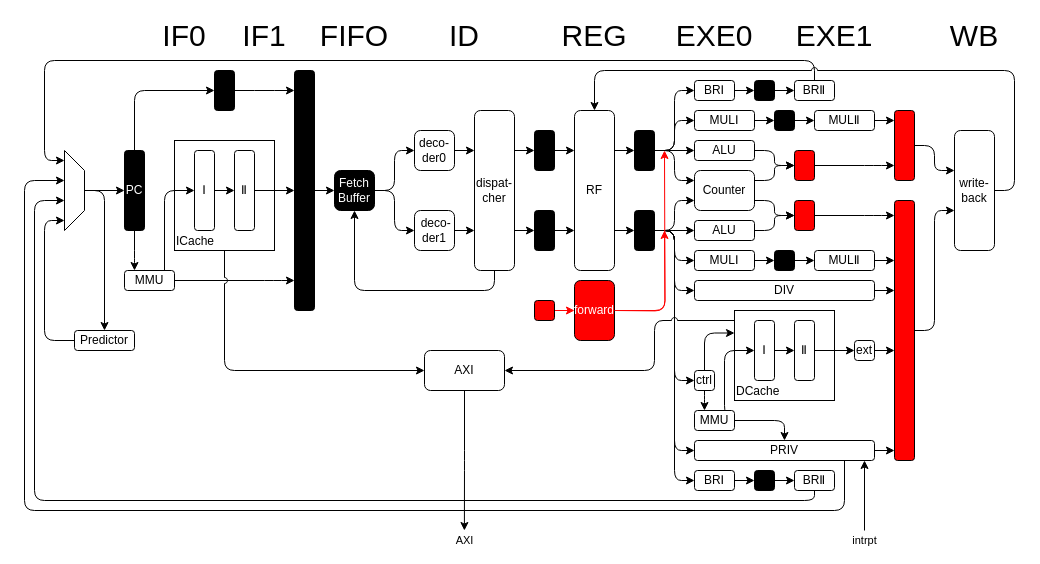
The draw.io diagram 未命名绘图4.drawio in caochenrui/Draw.io, before the edit. Source tidied: cells renumbered, new cells numbered last; positions are measured from the earlier drawing's top-left corner, leaving out a move shared by most shapes. Both pictures are drawn from the tidied source at 100%, with x=0, y=0 at pixel (24, 20).
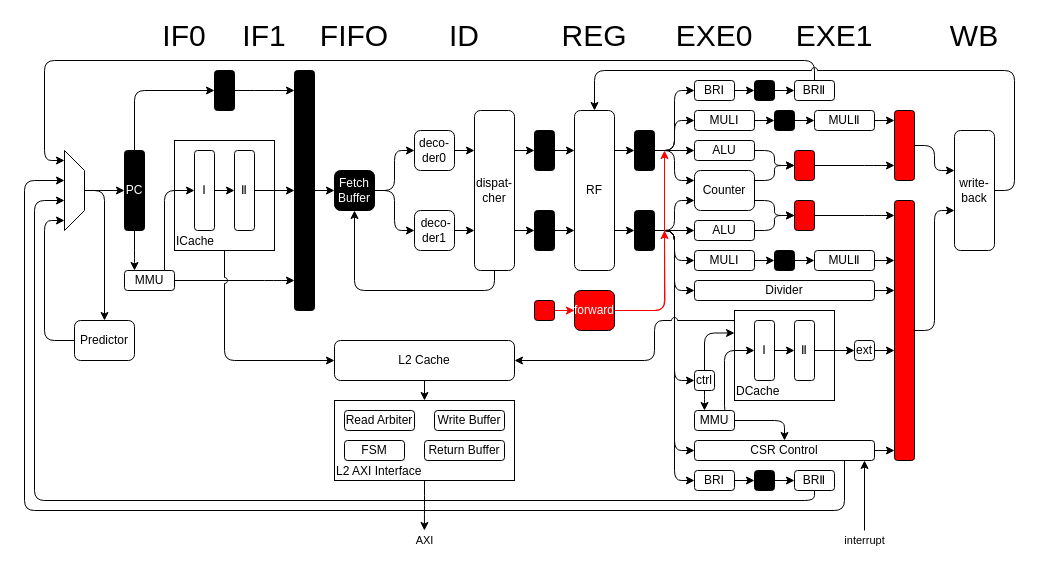
The same page after the edit.

Commit message:
更新未命名绘图4.drawio

The change refers to these unchanged cells:
```xml
<mxCell id="78" value="DCache" style="rounded=0;whiteSpace=wrap;html=1;labelPosition=center;verticalLabelPosition=middle;align=left;verticalAlign=bottom;fillColor=none;glass=0;" parent="1" vertex="1">
  <mxGeometry x="710" y="290" width="100" height="90" as="geometry" />
</mxCell>
```

What changed in the source:
```diff
@@
-    <mxCell id="65" value="DIV" style="rounded=1;whiteSpace=wrap;html=1;" parent="1" vertex="1">
+    <mxCell id="65" value="Divider" style="rounded=1;whiteSpace=wrap;html=1;" parent="1" vertex="1">
       <mxGeometry x="670" y="260" width="180" height="20" as="geometry" />
     </mxCell>
@@
-    <mxCell id="68" value="PRIV" style="rounded=1;whiteSpace=wrap;html=1;" parent="1" vertex="1">
+    <mxCell id="68" value="CSR Control" style="rounded=1;whiteSpace=wrap;html=1;" parent="1" vertex="1">
       <mxGeometry x="670" y="420" width="180" height="20" as="geometry" />
     </mxCell>
@@
     <mxCell id="95" style="edgeStyle=orthogonalEdgeStyle;rounded=1;jettySize=auto;html=1;jumpStyle=arc;" parent="1" edge="1" source="78" target="119">
       <mxGeometry relative="1" as="geometry">
         <Array as="points">
           <mxPoint x="630" y="300" />
-          <mxPoint x="630" y="350" />
+          <mxPoint x="630" y="340" />
         </Array>
       </mxGeometry>
     </mxCell>
@@
-    <mxCell id="99" value="intrpt" style="endArrow=classic;html=1;rounded=1;" parent="1" edge="1">
+    <mxCell id="99" value="interrupt" style="endArrow=classic;html=1;rounded=1;" parent="1" edge="1">
       <mxGeometry x="-1" y="-10" relative="1" as="geometry">
         <mxPoint x="840" y="510" as="sourcePoint" />
         <mxPoint x="840" y="440" as="targetPoint" />
         <mxPoint x="-10" y="10" as="offset" />
       </mxGeometry>
     </mxCell>
@@
     <mxCell id="101" value="Predictor" style="rounded=1;whiteSpace=wrap;html=1;" parent="1" vertex="1">
-      <mxGeometry x="50" y="310" width="60" height="20" as="geometry" />
+      <mxGeometry x="50" y="300" width="60" height="40" as="geometry" />
     </mxCell>
@@
     <mxCell id="115" value="forward" style="rounded=1;whiteSpace=wrap;html=1;strokeColor=#000000;fontColor=#FFFFFF;fillColor=#FF0000;" parent="1" vertex="1">
-      <mxGeometry x="550" y="260" width="40" height="60" as="geometry" />
+      <mxGeometry x="550" y="270" width="40" height="40" as="geometry" />
     </mxCell>
@@
-    <mxCell id="118" value="AXI" style="edgeStyle=orthogonalEdgeStyle;rounded=1;jettySize=auto;html=1;exitX=0.5;exitY=1;exitDx=0;exitDy=0;" parent="1" edge="1" source="119">
+    <mxCell id="118" value="AXI" style="edgeStyle=orthogonalEdgeStyle;rounded=1;jettySize=auto;html=1;exitX=0.5;exitY=1;exitDx=0;exitDy=0;" parent="1" edge="1" source="131">
       <mxGeometry x="1" y="10" relative="1" as="geometry">
-        <mxPoint x="439.9" y="510" as="targetPoint" />
+        <mxPoint x="399.9" y="510" as="targetPoint" />
         <mxPoint x="-10" y="10" as="offset" />
       </mxGeometry>
     </mxCell>
-    <mxCell id="119" value="AXI" style="rounded=1;whiteSpace=wrap;html=1;" parent="1" vertex="1">
-      <mxGeometry x="400" y="330" width="80" height="40" as="geometry" />
+    <mxCell id="119" value="L2 Cache" style="rounded=1;whiteSpace=wrap;html=1;labelPosition=center;verticalLabelPosition=middle;align=center;verticalAlign=middle;" parent="1" vertex="1">
+      <mxGeometry x="310" y="320" width="180" height="40" as="geometry" />
     </mxCell>
@@
-    <mxCell id="121" style="edgeStyle=orthogonalEdgeStyle;rounded=1;orthogonalLoop=1;jettySize=auto;html=1;strokeColor=#FF0000;jumpStyle=none;" parent="1" edge="1">
+    <mxCell id="121" style="edgeStyle=orthogonalEdgeStyle;rounded=1;jettySize=auto;html=1;strokeColor=#FF0000;jumpStyle=none;" parent="1" edge="1" source="115">
       <mxGeometry relative="1" as="geometry">
-        <mxPoint x="590" y="290" as="sourcePoint" />
         <mxPoint x="640" y="130" as="targetPoint" />
+        <Array as="points">
+          <mxPoint x="640" y="290" />
+        </Array>
       </mxGeometry>
     </mxCell>
@@
+    <mxCell id="130" style="edgeStyle=orthogonalEdgeStyle;rounded=1;jettySize=auto;html=1;" parent="1" edge="1" source="119" target="131">
+      <mxGeometry x="1" y="10" relative="1" as="geometry">
+        <mxPoint x="-10" y="10" as="offset" />
+      </mxGeometry>
+    </mxCell>
+    <mxCell id="131" value="L2 AXI Interface" style="rounded=0;whiteSpace=wrap;html=1;align=left;verticalAlign=bottom;" parent="1" vertex="1">
+      <mxGeometry x="310" y="380" width="180" height="80" as="geometry" />
+    </mxCell>
+    <mxCell id="132" value="Write Buffer" style="rounded=1;whiteSpace=wrap;html=1;" parent="1" vertex="1">
+      <mxGeometry x="410" y="390" width="70" height="20" as="geometry" />
+    </mxCell>
+    <mxCell id="133" value="Read Arbiter" style="rounded=1;whiteSpace=wrap;html=1;" parent="1" vertex="1">
+      <mxGeometry x="320" y="390" width="70" height="20" as="geometry" />
+    </mxCell>
+    <mxCell id="134" value="FSM" style="rounded=1;whiteSpace=wrap;html=1;" parent="1" vertex="1">
+      <mxGeometry x="320" y="420" width="60" height="20" as="geometry" />
+    </mxCell>
+    <mxCell id="135" value="Return Buffer" style="rounded=1;whiteSpace=wrap;html=1;" parent="1" vertex="1">
+      <mxGeometry x="400" y="420" width="80" height="20" as="geometry" />
+    </mxCell>
```
